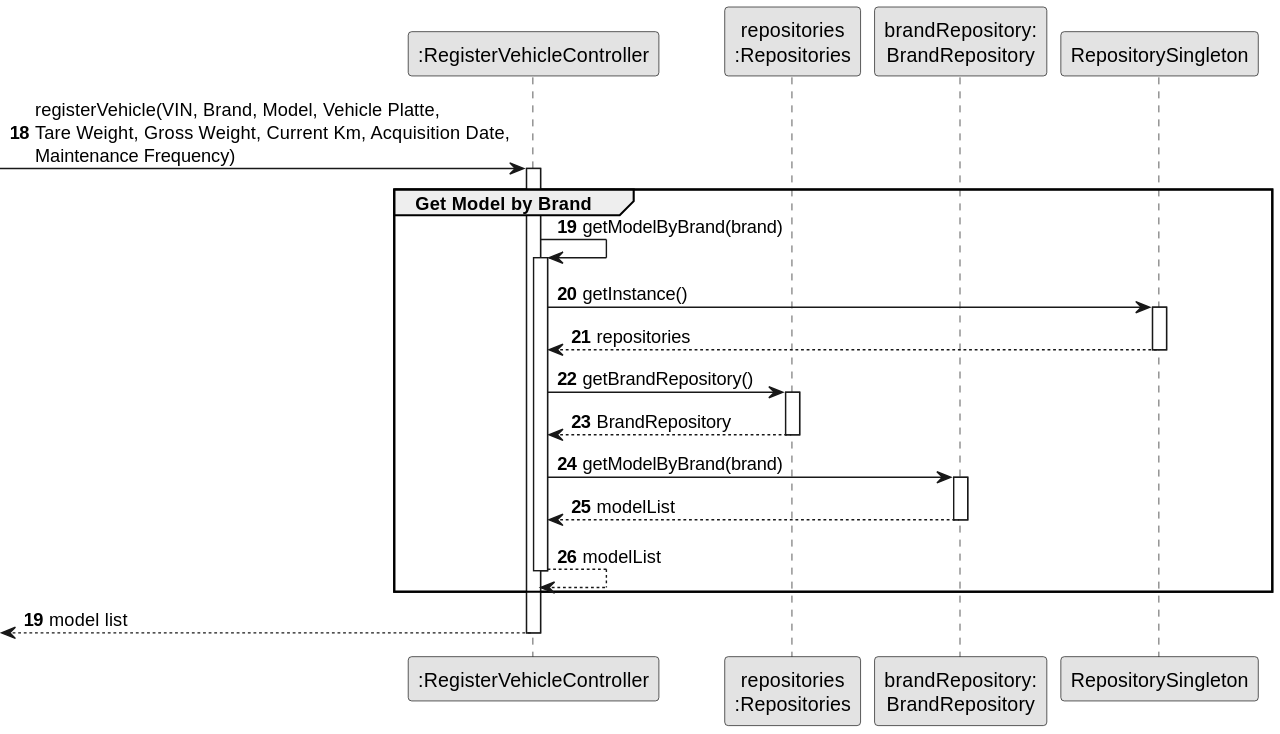
Before: docs/sprintB/us006/03.design/svg/us006-sequence-diagram-partial-get-model-by-brand.svg, a diagram exported from PlantUML (ricardomm7/leaflink).
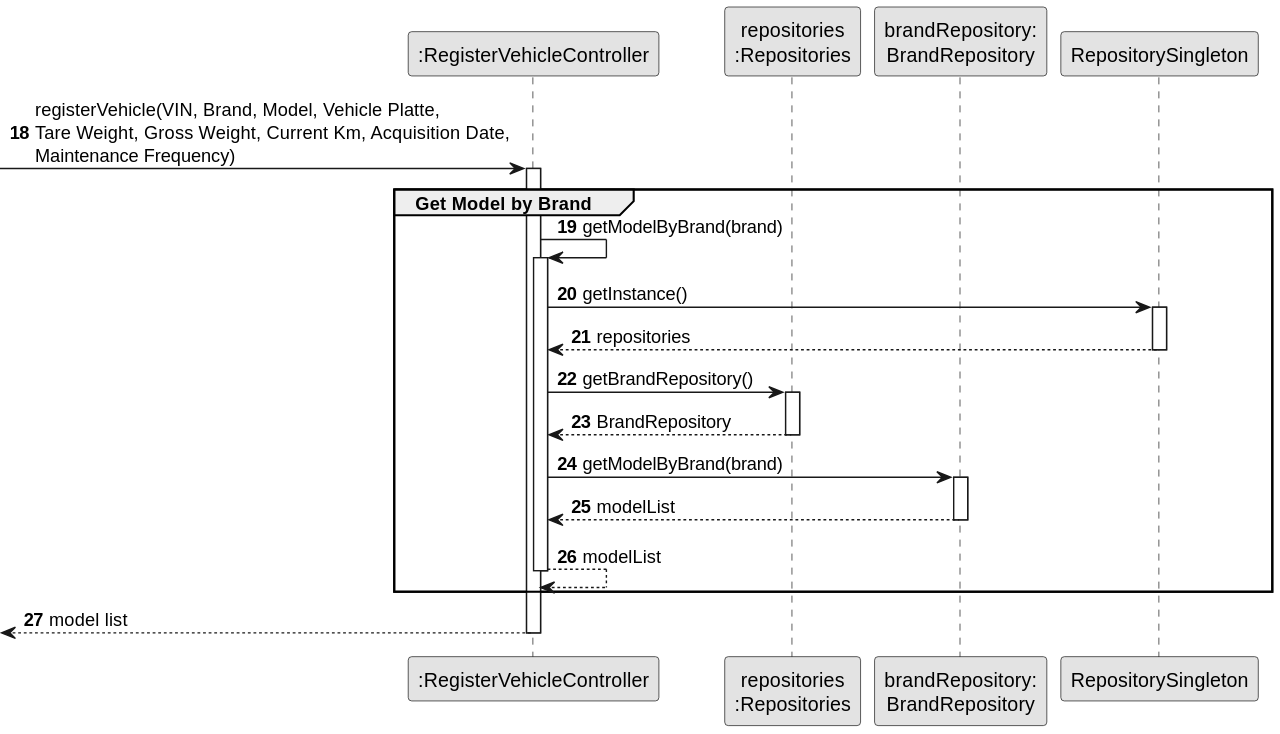
The same file after the commit.

Change to the diagram source:
```diff
@@ -38,7 +38,6 @@
         deactivate CTRL
 
     end
-    autonumber 19
     <-- CTRL : model list
 deactivate CTRL
 @enduml
```
